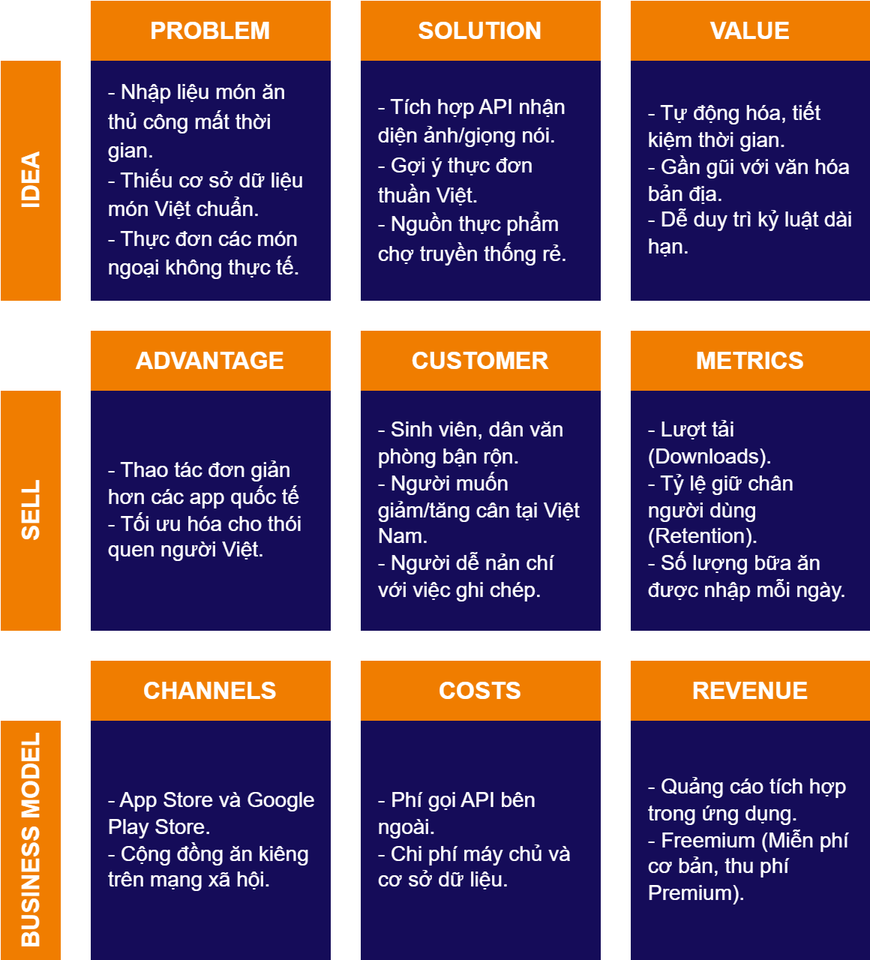
Before: images/business-canvas.png, a diagram exported from draw.io (L02-AppCrafters/.github). Source tidied: cells renumbered, new cells last; positions are measured from the earlier drawing's top-left corner, leaving out a move shared by most shapes. Source of this version:
```xml
<mxGraphModel background="#FFFFFF">
  <root>
    <mxCell id="0" />
    <mxCell id="1" parent="0" />
    <mxCell id="2" value="&lt;font style=&quot;font-size: 16px; color: rgb(255, 255, 255);&quot;&gt;&lt;b&gt;PROBLEM&lt;/b&gt;&lt;/font&gt;" style="rounded=0;whiteSpace=wrap;html=1;fillColor=light-dark(#F07D00,#B65900);fontColor=#000000;strokeColor=none;" parent="1" vertex="1">
      <mxGeometry x="120" width="160" height="40" as="geometry" />
    </mxCell>
    <mxCell id="3" value="&lt;font style=&quot;font-size: 16px; color: rgb(255, 255, 255);&quot;&gt;&lt;b&gt;SOLUTION&lt;/b&gt;&lt;/font&gt;" style="rounded=0;whiteSpace=wrap;html=1;fillColor=#F07D00;fontColor=#000000;strokeColor=none;" parent="1" vertex="1">
      <mxGeometry x="300" width="160" height="40" as="geometry" />
    </mxCell>
    <mxCell id="4" value="&lt;font style=&quot;font-size: 16px; color: rgb(255, 255, 255);&quot;&gt;&lt;b&gt;IDEA&lt;/b&gt;&lt;/font&gt;" style="rounded=0;whiteSpace=wrap;html=1;fillColor=#F07D00;fontColor=#000000;strokeColor=none;rotation=-90;" parent="1" vertex="1">
      <mxGeometry y="100" width="160" height="40" as="geometry" />
    </mxCell>
    <mxCell id="5" value="&lt;div style=&quot;line-height: 140%; padding-right: 10px; padding-left: 10px;&quot;&gt;&lt;div&gt;&lt;font style=&quot;color: rgb(255, 255, 255); font-size: 14px; line-height: 140%;&quot;&gt;- Tích hợp API nhận diện ảnh/giọng nói.&lt;/font&gt;&lt;/div&gt;&lt;div&gt;&lt;font style=&quot;color: rgb(255, 255, 255); font-size: 14px; line-height: 140%;&quot;&gt;- Gợi ý thực đơn thuần Việt.&lt;/font&gt;&lt;/div&gt;&lt;div&gt;&lt;font style=&quot;color: rgb(255, 255, 255); font-size: 14px; line-height: 140%;&quot;&gt;- Nguồn thực phẩm chợ truyền thống rẻ.&lt;/font&gt;&lt;/div&gt;&lt;/div&gt;" style="rounded=0;whiteSpace=wrap;html=1;fillColor=#150C59;strokeColor=none;align=left;" parent="1" vertex="1">
      <mxGeometry x="300" y="40" width="160" height="160" as="geometry" />
    </mxCell>
    <mxCell id="6" value="&lt;font style=&quot;font-size: 16px; color: rgb(255, 255, 255);&quot;&gt;&lt;b&gt;VALUE&lt;/b&gt;&lt;/font&gt;" style="rounded=0;whiteSpace=wrap;html=1;fillColor=#F07D00;fontColor=#000000;strokeColor=none;" parent="1" vertex="1">
      <mxGeometry x="480" width="160" height="40" as="geometry" />
    </mxCell>
    <mxCell id="7" value="&lt;font style=&quot;font-size: 16px; color: rgb(255, 255, 255);&quot;&gt;&lt;b&gt;ADVANTAGE&lt;/b&gt;&lt;/font&gt;" style="rounded=0;whiteSpace=wrap;html=1;fillColor=light-dark(#F07D00,#B65900);fontColor=#000000;strokeColor=none;" parent="1" vertex="1">
      <mxGeometry x="120" y="220" width="160" height="40" as="geometry" />
    </mxCell>
    <mxCell id="8" value="&lt;font style=&quot;font-size: 16px; color: rgb(255, 255, 255);&quot;&gt;&lt;b&gt;CUSTOMER&lt;/b&gt;&lt;/font&gt;" style="rounded=0;whiteSpace=wrap;html=1;fillColor=#F07D00;fontColor=#000000;strokeColor=none;" parent="1" vertex="1">
      <mxGeometry x="300" y="220" width="160" height="40" as="geometry" />
    </mxCell>
    <mxCell id="9" value="&lt;font style=&quot;font-size: 16px; color: rgb(255, 255, 255);&quot;&gt;&lt;b&gt;SELL&lt;/b&gt;&lt;/font&gt;" style="rounded=0;whiteSpace=wrap;html=1;fillColor=#F07D00;fontColor=#000000;strokeColor=none;rotation=-90;" parent="1" vertex="1">
      <mxGeometry y="320" width="160" height="40" as="geometry" />
    </mxCell>
    <mxCell id="10" value="&lt;font style=&quot;font-size: 16px; color: rgb(255, 255, 255);&quot;&gt;&lt;b&gt;METRICS&lt;/b&gt;&lt;/font&gt;" style="rounded=0;whiteSpace=wrap;html=1;fillColor=#F07D00;fontColor=#000000;strokeColor=none;" parent="1" vertex="1">
      <mxGeometry x="480" y="220" width="160" height="40" as="geometry" />
    </mxCell>
    <mxCell id="11" value="&lt;font style=&quot;font-size: 16px; color: rgb(255, 255, 255);&quot;&gt;&lt;b&gt;CHANNELS&lt;/b&gt;&lt;/font&gt;" style="rounded=0;whiteSpace=wrap;html=1;fillColor=light-dark(#F07D00,#B65900);fontColor=#000000;strokeColor=none;" parent="1" vertex="1">
      <mxGeometry x="120" y="440" width="160" height="40" as="geometry" />
    </mxCell>
    <mxCell id="12" value="&lt;font style=&quot;font-size: 16px; color: rgb(255, 255, 255);&quot;&gt;&lt;b&gt;COSTS&lt;/b&gt;&lt;/font&gt;" style="rounded=0;whiteSpace=wrap;html=1;fillColor=#F07D00;fontColor=#000000;strokeColor=none;" parent="1" vertex="1">
      <mxGeometry x="300" y="440" width="160" height="40" as="geometry" />
    </mxCell>
    <mxCell id="13" value="&lt;font style=&quot;font-size: 16px; color: rgb(255, 255, 255);&quot;&gt;&lt;b&gt;BUSINESS MODEL&lt;/b&gt;&lt;/font&gt;" style="rounded=0;whiteSpace=wrap;html=1;fillColor=#F07D00;fontColor=#000000;strokeColor=none;rotation=-90;" parent="1" vertex="1">
      <mxGeometry y="540" width="160" height="40" as="geometry" />
    </mxCell>
    <mxCell id="14" value="&lt;font style=&quot;font-size: 16px; color: rgb(255, 255, 255);&quot;&gt;&lt;b&gt;REVENUE&lt;/b&gt;&lt;/font&gt;" style="rounded=0;whiteSpace=wrap;html=1;fillColor=#F07D00;fontColor=#000000;strokeColor=none;" parent="1" vertex="1">
      <mxGeometry x="480" y="440" width="160" height="40" as="geometry" />
    </mxCell>
    <mxCell id="15" value="&lt;div style=&quot;line-height: 140%; padding-right: 10px; padding-left: 10px;&quot;&gt;&lt;div&gt;&lt;font style=&quot;color: rgb(255, 255, 255); font-size: 14px; line-height: 140%;&quot;&gt;- Nhập liệu món ăn thủ công mất thời gian.&lt;/font&gt;&lt;/div&gt;&lt;div&gt;&lt;font style=&quot;color: rgb(255, 255, 255); font-size: 14px; line-height: 140%;&quot;&gt;- Thiếu cơ sở dữ liệu món Việt chuẩn.&lt;/font&gt;&lt;/div&gt;&lt;div&gt;&lt;font style=&quot;color: rgb(255, 255, 255); font-size: 14px; line-height: 140%;&quot;&gt;- Thực đơn các món ngoại không thực tế.&lt;/font&gt;&lt;/div&gt;&lt;/div&gt;" style="rounded=0;whiteSpace=wrap;html=1;fillColor=#150C59;strokeColor=none;align=left;" parent="1" vertex="1">
      <mxGeometry x="120" y="40" width="160" height="160" as="geometry" />
    </mxCell>
    <mxCell id="16" value="&lt;div style=&quot;line-height: 140%; padding-right: 10px; padding-left: 10px;&quot;&gt;&lt;div&gt;&lt;font color=&quot;#ffffff&quot;&gt;&lt;span style=&quot;font-size: 14px;&quot;&gt;- Tự động hóa, tiết kiệm thời gian.&lt;/span&gt;&lt;/font&gt;&lt;/div&gt;&lt;div&gt;&lt;font color=&quot;#ffffff&quot;&gt;&lt;span style=&quot;font-size: 14px;&quot;&gt;- Gần gũi với văn hóa bản địa.&lt;/span&gt;&lt;/font&gt;&lt;/div&gt;&lt;div&gt;&lt;font color=&quot;#ffffff&quot;&gt;&lt;span style=&quot;font-size: 14px;&quot;&gt;- Dễ duy trì kỷ luật dài hạn.&lt;/span&gt;&lt;/font&gt;&lt;/div&gt;&lt;/div&gt;" style="rounded=0;whiteSpace=wrap;html=1;fillColor=#150C59;strokeColor=none;align=left;" parent="1" vertex="1">
      <mxGeometry x="480" y="40" width="160" height="160" as="geometry" />
    </mxCell>
    <mxCell id="17" value="&lt;div style=&quot;line-height: 140%; padding-right: 10px; padding-left: 10px;&quot;&gt;&lt;div&gt;&lt;font style=&quot;color: rgb(255, 255, 255); font-size: 14px;&quot;&gt;&lt;font&gt;- Thao tác đơn giản hơn các app quốc tế&lt;/font&gt;&lt;/font&gt;&lt;/div&gt;&lt;div&gt;&lt;font style=&quot;color: rgb(255, 255, 255); font-size: 14px;&quot;&gt;&lt;font&gt;-&amp;nbsp;&lt;/font&gt;&lt;span style=&quot;background-color: transparent;&quot;&gt;Tối ưu hóa cho thói quen người Việt.&lt;/span&gt;&lt;/font&gt;&lt;/div&gt;&lt;/div&gt;" style="rounded=0;whiteSpace=wrap;html=1;fillColor=#150C59;strokeColor=none;align=left;" parent="1" vertex="1">
      <mxGeometry x="120" y="260" width="160" height="160" as="geometry" />
    </mxCell>
    <mxCell id="18" value="&lt;div style=&quot;line-height: 140%; padding-right: 10px; padding-left: 10px;&quot;&gt;&lt;div&gt;&lt;font color=&quot;#ffffff&quot;&gt;&lt;span style=&quot;font-size: 14px;&quot;&gt;- Sinh viên, dân văn phòng bận rộn.&lt;/span&gt;&lt;/font&gt;&lt;/div&gt;&lt;div&gt;&lt;font color=&quot;#ffffff&quot;&gt;&lt;span style=&quot;font-size: 14px;&quot;&gt;- Người muốn giảm/tăng cân tại Việt Nam.&lt;/span&gt;&lt;/font&gt;&lt;/div&gt;&lt;div&gt;&lt;font color=&quot;#ffffff&quot;&gt;&lt;span style=&quot;font-size: 14px;&quot;&gt;- Người dễ nản chí với việc ghi chép.&lt;/span&gt;&lt;/font&gt;&lt;/div&gt;&lt;/div&gt;" style="rounded=0;whiteSpace=wrap;html=1;fillColor=#150C59;strokeColor=none;align=left;" parent="1" vertex="1">
      <mxGeometry x="300" y="260" width="160" height="160" as="geometry" />
    </mxCell>
    <mxCell id="19" value="&lt;div style=&quot;line-height: 140%; padding-right: 10px; padding-left: 10px;&quot;&gt;&lt;div&gt;&lt;font color=&quot;#ffffff&quot;&gt;&lt;span style=&quot;font-size: 14px;&quot;&gt;- Lượt tải (Downloads).&lt;/span&gt;&lt;/font&gt;&lt;/div&gt;&lt;div&gt;&lt;font color=&quot;#ffffff&quot;&gt;&lt;span style=&quot;font-size: 14px;&quot;&gt;- Tỷ lệ giữ chân người dùng (Retention).&lt;/span&gt;&lt;/font&gt;&lt;/div&gt;&lt;div&gt;&lt;font color=&quot;#ffffff&quot;&gt;&lt;span style=&quot;font-size: 14px;&quot;&gt;- Số lượng bữa ăn được nhập mỗi ngày.&lt;/span&gt;&lt;/font&gt;&lt;/div&gt;&lt;/div&gt;" style="rounded=0;whiteSpace=wrap;html=1;fillColor=#150C59;strokeColor=none;align=left;" parent="1" vertex="1">
      <mxGeometry x="480" y="260" width="160" height="160" as="geometry" />
    </mxCell>
    <mxCell id="20" value="&lt;div style=&quot;line-height: 140%; padding-right: 10px; padding-left: 10px;&quot;&gt;&lt;font style=&quot;color: rgb(255, 255, 255); font-size: 14px;&quot;&gt;&lt;font&gt;- App Store và Google Play Store.&lt;br&gt;&lt;/font&gt;&lt;/font&gt;&lt;/div&gt;&lt;div style=&quot;line-height: 140%; padding-right: 10px; padding-left: 10px;&quot;&gt;&lt;font style=&quot;color: rgb(255, 255, 255); font-size: 14px;&quot;&gt;&lt;font&gt;-&amp;nbsp;Cộng đồng ăn kiêng trên mạng xã hội.&lt;/font&gt;&lt;/font&gt;&lt;/div&gt;" style="rounded=0;whiteSpace=wrap;html=1;fillColor=#150C59;strokeColor=none;align=left;" parent="1" vertex="1">
      <mxGeometry x="120" y="480" width="160" height="160" as="geometry" />
    </mxCell>
    <mxCell id="21" value="&lt;div style=&quot;line-height: 140%; padding-right: 10px; padding-left: 10px;&quot;&gt;&lt;font&gt;&lt;font style=&quot;color: rgb(255, 255, 255); font-size: 14px;&quot;&gt;-&amp;nbsp;&lt;span style=&quot;background-color: transparent;&quot;&gt;Phí gọi API bên ngoài.&amp;nbsp;&lt;/span&gt;&lt;/font&gt;&lt;/font&gt;&lt;/div&gt;&lt;div style=&quot;line-height: 140%; padding-right: 10px; padding-left: 10px;&quot;&gt;&lt;span style=&quot;color: light-dark(rgb(255, 255, 255), rgb(18, 18, 18)); background-color: transparent;&quot;&gt;&lt;font style=&quot;font-size: 14px;&quot;&gt;- Chi phí máy chủ và cơ sở dữ liệu.&lt;/font&gt;&lt;/span&gt;&lt;/div&gt;" style="rounded=0;whiteSpace=wrap;html=1;fillColor=#150C59;strokeColor=none;align=left;" parent="1" vertex="1">
      <mxGeometry x="300" y="480" width="160" height="160" as="geometry" />
    </mxCell>
    <mxCell id="22" value="&lt;div style=&quot;line-height: 140%; padding-right: 10px; padding-left: 10px;&quot;&gt;&lt;font style=&quot;color: rgb(255, 255, 255); font-size: 14px;&quot;&gt;&lt;font style=&quot;&quot;&gt;&lt;font style=&quot;color: rgb(255, 255, 255);&quot;&gt;-&amp;nbsp;&lt;/font&gt;&lt;/font&gt;&lt;span style=&quot;background-color: transparent;&quot;&gt;Quảng cáo tích hợp trong ứng dụng.&lt;/span&gt;&lt;/font&gt;&lt;/div&gt;&lt;div style=&quot;line-height: 140%; padding-right: 10px; padding-left: 10px;&quot;&gt;&lt;font style=&quot;color: rgb(255, 255, 255); font-size: 14px;&quot;&gt;&lt;span style=&quot;background-color: transparent;&quot;&gt;-&amp;nbsp;&lt;/span&gt;&lt;span style=&quot;background-color: transparent;&quot;&gt;Freemium (Miễn phí cơ bản, thu phí Premium).&lt;/span&gt;&lt;/font&gt;&lt;/div&gt;" style="rounded=0;whiteSpace=wrap;html=1;fillColor=#150C59;strokeColor=none;align=left;" parent="1" vertex="1">
      <mxGeometry x="480" y="480" width="160" height="160" as="geometry" />
    </mxCell>
  </root>
</mxGraphModel>
```
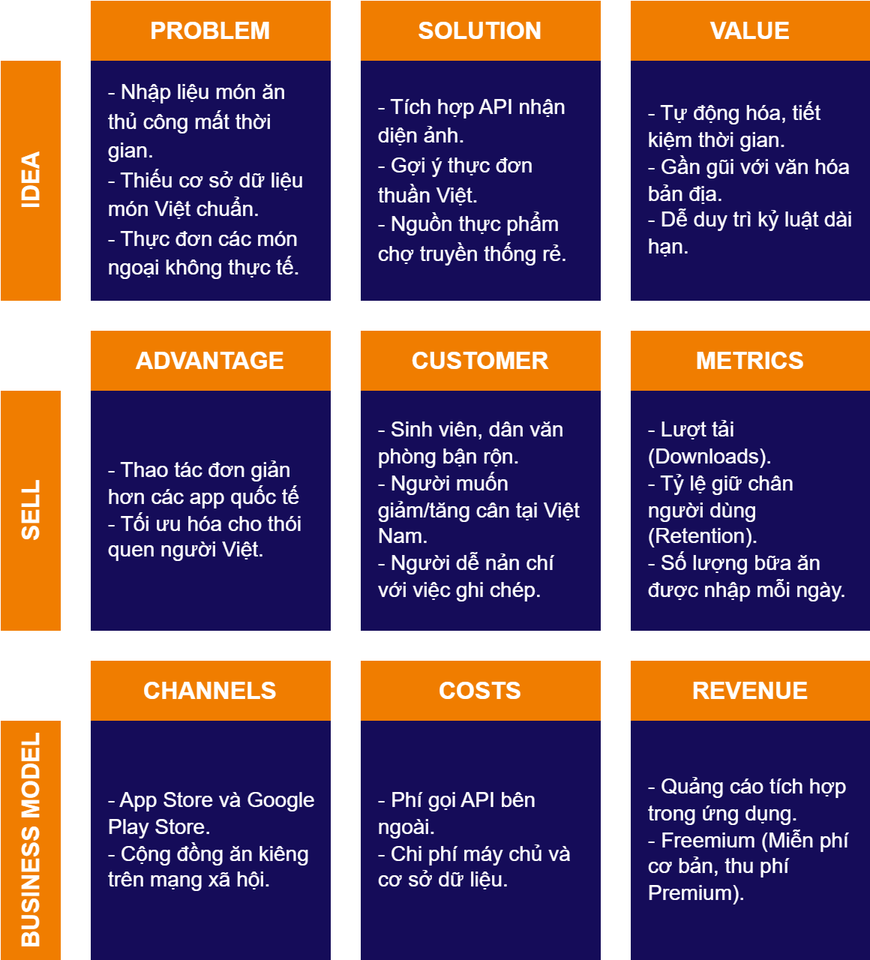
Above is the later version.

Diff of the diagram source:
```diff
@@ -11,7 +11,7 @@
     <mxCell id="4" value="&lt;font style=&quot;font-size: 16px; color: rgb(255, 255, 255);&quot;&gt;&lt;b&gt;IDEA&lt;/b&gt;&lt;/font&gt;" style="rounded=0;whiteSpace=wrap;html=1;fillColor=#F07D00;fontColor=#000000;strokeColor=none;rotation=-90;" parent="1" vertex="1">
       <mxGeometry y="100" width="160" height="40" as="geometry" />
     </mxCell>
-    <mxCell id="5" value="&lt;div style=&quot;line-height: 140%; padding-right: 10px; padding-left: 10px;&quot;&gt;&lt;div&gt;&lt;font style=&quot;color: rgb(255, 255, 255); font-size: 14px; line-height: 140%;&quot;&gt;- Tích hợp API nhận diện ảnh/giọng nói.&lt;/font&gt;&lt;/div&gt;&lt;div&gt;&lt;font style=&quot;color: rgb(255, 255, 255); font-size: 14px; line-height: 140%;&quot;&gt;- Gợi ý thực đơn thuần Việt.&lt;/font&gt;&lt;/div&gt;&lt;div&gt;&lt;font style=&quot;color: rgb(255, 255, 255); font-size: 14px; line-height: 140%;&quot;&gt;- Nguồn thực phẩm chợ truyền thống rẻ.&lt;/font&gt;&lt;/div&gt;&lt;/div&gt;" style="rounded=0;whiteSpace=wrap;html=1;fillColor=#150C59;strokeColor=none;align=left;" parent="1" vertex="1">
+    <mxCell id="5" value="&lt;div style=&quot;line-height: 140%; padding-right: 10px; padding-left: 10px;&quot;&gt;&lt;div&gt;&lt;font style=&quot;color: rgb(255, 255, 255); font-size: 14px; line-height: 140%;&quot;&gt;- Tích hợp API nhận diện ảnh.&lt;/font&gt;&lt;/div&gt;&lt;div&gt;&lt;font style=&quot;color: rgb(255, 255, 255); font-size: 14px; line-height: 140%;&quot;&gt;- Gợi ý thực đơn thuần Việt.&lt;/font&gt;&lt;/div&gt;&lt;div&gt;&lt;font style=&quot;color: rgb(255, 255, 255); font-size: 14px; line-height: 140%;&quot;&gt;- Nguồn thực phẩm chợ truyền thống rẻ.&lt;/font&gt;&lt;/div&gt;&lt;/div&gt;" style="rounded=0;whiteSpace=wrap;html=1;fillColor=#150C59;strokeColor=none;align=left;" parent="1" vertex="1">
       <mxGeometry x="300" y="40" width="160" height="160" as="geometry" />
     </mxCell>
     <mxCell id="6" value="&lt;font style=&quot;font-size: 16px; color: rgb(255, 255, 255);&quot;&gt;&lt;b&gt;VALUE&lt;/b&gt;&lt;/font&gt;" style="rounded=0;whiteSpace=wrap;html=1;fillColor=#F07D00;fontColor=#000000;strokeColor=none;" parent="1" vertex="1">
```
